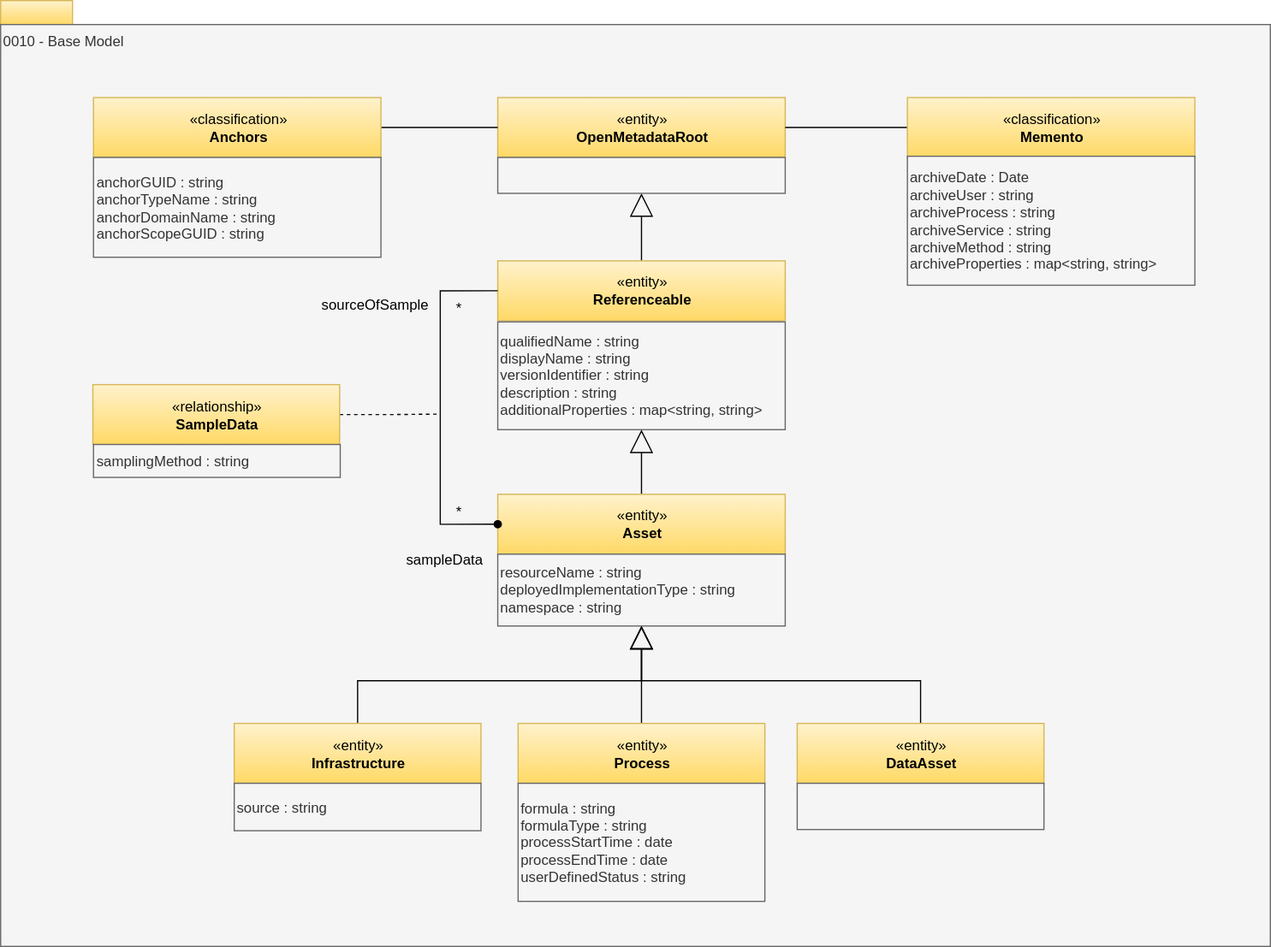
The draw.io diagram site/docs/types/0/0010-Base-Model.svg in odpi/egeria-docs, before a commit. Source tidied: cells renumbered, new cells last; positions are measured from the earlier drawing's top-left corner, leaving out a move shared by most shapes.
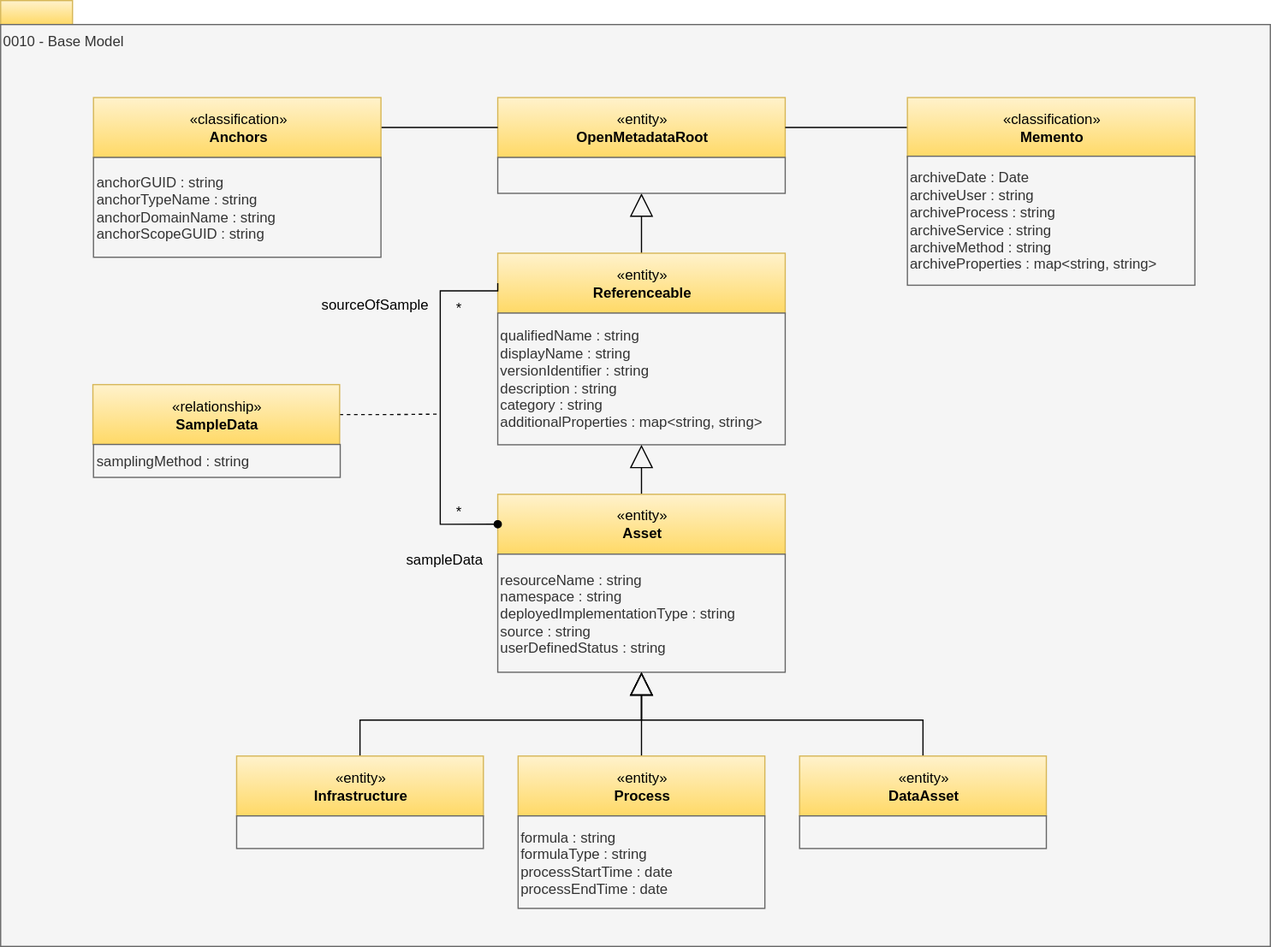
After the commit.

Change to the diagram source:
```diff
@@ -12,16 +12,16 @@
       <mxGeometry relative="1" as="geometry" />
     </mxCell>
     <mxCell id="5" value="«entity»&lt;br&gt;&lt;b&gt;Referenceable&lt;/b&gt;" style="html=1;strokeColor=#d6b656;align=center;fillColor=#fff2cc;gradientColor=#ffd966;" parent="1" vertex="1">
-      <mxGeometry x="415" y="217.4" width="240" height="50" as="geometry" />
+      <mxGeometry x="415" y="211" width="240" height="50" as="geometry" />
     </mxCell>
     <mxCell id="6" style="edgeStyle=orthogonalEdgeStyle;rounded=0;jettySize=auto;html=1;exitX=0.5;exitY=0;exitDx=0;exitDy=0;endArrow=block;endFill=0;endSize=17;" parent="1" edge="1" source="7" target="11">
       <mxGeometry relative="1" as="geometry" />
     </mxCell>
     <mxCell id="7" value="«entity»&lt;br&gt;&lt;b&gt;Infrastructure&lt;/b&gt;" style="html=1;strokeColor=#d6b656;align=center;fillColor=#fff2cc;gradientColor=#ffd966;" parent="1" vertex="1">
-      <mxGeometry x="195" y="603.8" width="206" height="50" as="geometry" />
+      <mxGeometry x="197" y="631" width="206" height="50" as="geometry" />
     </mxCell>
-    <mxCell id="8" value="qualifiedName : string&lt;div&gt;displayName : string&lt;div&gt;versionIdentifier : string&lt;br&gt;description : string&lt;/div&gt;additionalProperties : map&amp;lt;string, string&amp;gt;&lt;br&gt;&lt;div style=&quot;text-align: left&quot;&gt;&lt;/div&gt;&lt;/div&gt;" style="rounded=0;whiteSpace=wrap;html=1;strokeColor=#666666;align=left;fillColor=#f5f5f5;fontColor=#333333;" parent="1" vertex="1">
-      <mxGeometry x="415" y="268.4" width="240" height="90" as="geometry" />
+    <mxCell id="8" value="qualifiedName : string&lt;div&gt;displayName : string&lt;div&gt;versionIdentifier : string&lt;br&gt;description : string&lt;/div&gt;&lt;div&gt;category : string&lt;/div&gt;additionalProperties : map&amp;lt;string, string&amp;gt;&lt;br&gt;&lt;div style=&quot;text-align: left&quot;&gt;&lt;/div&gt;&lt;/div&gt;" style="rounded=0;whiteSpace=wrap;html=1;strokeColor=#666666;align=left;fillColor=#f5f5f5;fontColor=#333333;" parent="1" vertex="1">
+      <mxGeometry x="415" y="261" width="240" height="110" as="geometry" />
     </mxCell>
     <mxCell id="9" style="edgeStyle=orthogonalEdgeStyle;rounded=0;jettySize=auto;html=1;endArrow=block;endFill=0;endSize=17;" parent="1" edge="1" source="10" target="8">
       <mxGeometry relative="1" as="geometry" />
@@ -29,26 +29,26 @@
     <mxCell id="10" value="«entity»&lt;br&gt;&lt;b&gt;Asset&lt;/b&gt;" style="html=1;strokeColor=#d6b656;align=center;fillColor=#fff2cc;gradientColor=#ffd966;" parent="1" vertex="1">
       <mxGeometry x="415" y="412.4" width="240" height="50" as="geometry" />
     </mxCell>
-    <mxCell id="11" value="&lt;div&gt;resourceName : string&lt;br&gt;deployedImplementationType : string&lt;br&gt;&lt;div style=&quot;text-align: left&quot;&gt;&lt;/div&gt;&lt;/div&gt;&lt;div&gt;namespace : string&lt;/div&gt;" style="rounded=0;whiteSpace=wrap;html=1;strokeColor=#666666;align=left;fillColor=#f5f5f5;fontColor=#333333;" parent="1" vertex="1">
-      <mxGeometry x="415" y="462.4" width="240" height="60" as="geometry" />
+    <mxCell id="11" value="&lt;div&gt;resourceName : string&lt;br&gt;&lt;div&gt;namespace : string&lt;/div&gt;deployedImplementationType : string&lt;br&gt;&lt;div style=&quot;text-align: left&quot;&gt;&lt;/div&gt;&lt;/div&gt;&lt;div&gt;&lt;span style=&quot;background-color: transparent; color: light-dark(rgb(51, 51, 51), rgb(193, 193, 193));&quot;&gt;source : strin&lt;/span&gt;&lt;span style=&quot;background-color: transparent; color: light-dark(rgb(51, 51, 51), rgb(193, 193, 193));&quot;&gt;g&lt;/span&gt;&lt;/div&gt;&lt;div&gt;userDefinedStatus : string&lt;span style=&quot;color: light-dark(rgb(51, 51, 51), rgb(193, 193, 193)); background-color: transparent;&quot;&gt;&lt;/span&gt;&lt;/div&gt;" style="rounded=0;whiteSpace=wrap;html=1;strokeColor=#666666;align=left;fillColor=#f5f5f5;fontColor=#333333;" parent="1" vertex="1">
+      <mxGeometry x="415" y="462.4" width="240" height="98.6" as="geometry" />
     </mxCell>
     <mxCell id="12" style="edgeStyle=orthogonalEdgeStyle;rounded=0;jettySize=auto;html=1;exitX=0.5;exitY=0;exitDx=0;exitDy=0;endArrow=block;endFill=0;endSize=17;entryX=0.5;entryY=1;entryDx=0;entryDy=0;" parent="1" edge="1" source="13" target="11">
       <mxGeometry relative="1" as="geometry" />
     </mxCell>
     <mxCell id="13" value="«entity»&lt;br&gt;&lt;b&gt;Process&lt;/b&gt;" style="html=1;strokeColor=#d6b656;align=center;fillColor=#fff2cc;gradientColor=#ffd966;" parent="1" vertex="1">
-      <mxGeometry x="432" y="603.8" width="206" height="50" as="geometry" />
+      <mxGeometry x="432" y="631" width="206" height="50" as="geometry" />
     </mxCell>
-    <mxCell id="14" value="formula : string&lt;br&gt;formulaType : string&lt;div&gt;processStartTime : date&lt;br&gt;processEndTime : date&lt;/div&gt;&lt;div&gt;userDefinedStatus : string&lt;/div&gt;" style="rounded=0;whiteSpace=wrap;html=1;strokeColor=#666666;align=left;fillColor=#f5f5f5;fontColor=#333333;" parent="1" vertex="1">
-      <mxGeometry x="432" y="653.8" width="206" height="98.6" as="geometry" />
+    <mxCell id="14" value="formula : string&lt;br&gt;formulaType : string&lt;div&gt;processStartTime : date&lt;br&gt;processEndTime : date&lt;/div&gt;" style="rounded=0;whiteSpace=wrap;html=1;strokeColor=#666666;align=left;fillColor=#f5f5f5;fontColor=#333333;" parent="1" vertex="1">
+      <mxGeometry x="432" y="681" width="206" height="77.2" as="geometry" />
     </mxCell>
     <mxCell id="15" style="edgeStyle=orthogonalEdgeStyle;rounded=0;jettySize=auto;html=1;exitX=0.5;exitY=0;exitDx=0;exitDy=0;endArrow=block;endFill=0;endSize=17;entryX=0.5;entryY=1;entryDx=0;entryDy=0;" parent="1" edge="1" source="16" target="11">
       <mxGeometry relative="1" as="geometry" />
     </mxCell>
     <mxCell id="16" value="«entity»&lt;br&gt;&lt;b&gt;DataAsset&lt;/b&gt;" style="html=1;strokeColor=#d6b656;align=center;fillColor=#fff2cc;gradientColor=#ffd966;" parent="1" vertex="1">
-      <mxGeometry x="665" y="603.8" width="206" height="50" as="geometry" />
+      <mxGeometry x="667" y="631" width="206" height="50" as="geometry" />
     </mxCell>
     <mxCell id="17" style="rounded=0;whiteSpace=wrap;html=1;strokeColor=#666666;align=left;fillColor=#f5f5f5;fontColor=#333333;" parent="1" vertex="1">
-      <mxGeometry x="665" y="653.8" width="206" height="38.6" as="geometry" />
+      <mxGeometry x="667" y="681" width="206" height="27.2" as="geometry" />
     </mxCell>
     <mxCell id="18" value="«entity»&lt;br&gt;&lt;b&gt;OpenMetadataRoot&lt;/b&gt;" style="html=1;strokeColor=#d6b656;align=center;fillColor=#fff2cc;gradientColor=#ffd966;" parent="1" vertex="1">
       <mxGeometry x="415" y="81" width="240" height="50" as="geometry" />
@@ -105,8 +105,8 @@
         </Array>
       </mxGeometry>
     </mxCell>
-    <mxCell id="34" value="source : strin&lt;span style=&quot;background-color: transparent; color: light-dark(rgb(51, 51, 51), rgb(193, 193, 193));&quot;&gt;g&lt;/span&gt;" style="rounded=0;whiteSpace=wrap;html=1;strokeColor=#666666;align=left;fillColor=#f5f5f5;fontColor=#333333;" parent="1" vertex="1">
-      <mxGeometry x="195" y="653.8" width="206" height="39.6" as="geometry" />
+    <mxCell id="34" style="rounded=0;whiteSpace=wrap;html=1;strokeColor=#666666;align=left;fillColor=#f5f5f5;fontColor=#333333;" parent="1" vertex="1">
+      <mxGeometry x="197" y="681" width="206" height="27.2" as="geometry" />
     </mxCell>
   </root>
 </mxGraphModel>
```
